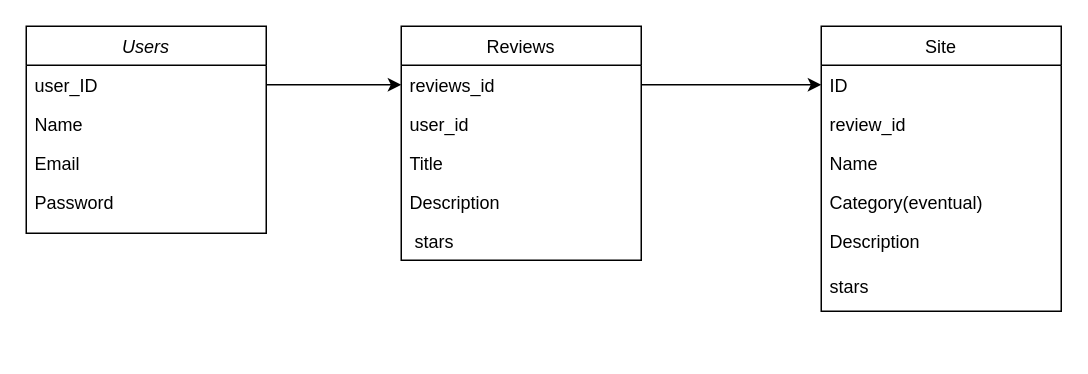
Before: ClassDiagram.drawio in ParvanAndrei/ReviewChan, a draw.io diagram. Source tidied: cells renumbered, new cells numbered last; positions are measured from the earlier drawing's top-left corner, leaving out a move shared by most shapes. Both pictures are drawn from the tidied source at 150%, with x=0, y=0 at pixel (26, 26).
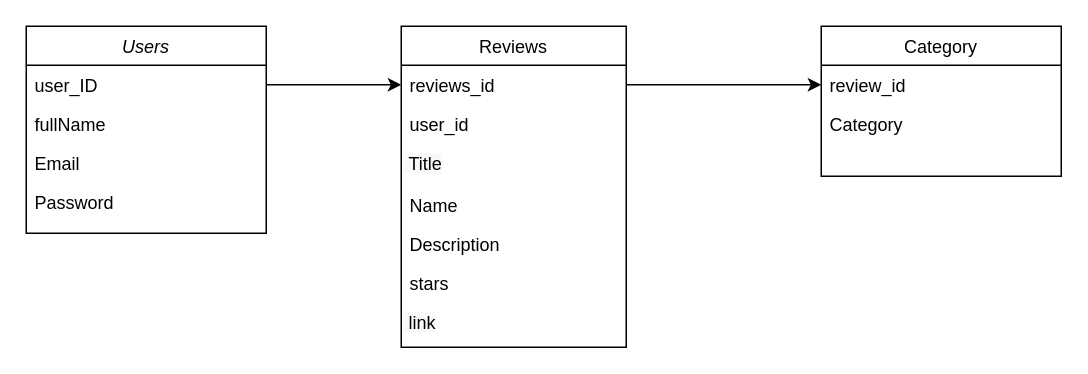
Above is the later version.

Unchanged cells that the change refers to:
```xml
<mxCell id="2" value="Users" style="swimlane;fontStyle=2;align=center;verticalAlign=top;horizontal=1;startSize=26;rounded=0;shadow=0;strokeWidth=1;" parent="1" vertex="1">
  <mxGeometry width="160" height="138" as="geometry" />
</mxCell>
```

Change to the diagram source:
```diff
@@
-    <mxCell id="4" value="Name" style="text;align=left;verticalAlign=top;spacingLeft=4;spacingRight=4;overflow=hidden;" parent="2" vertex="1">
+    <mxCell id="4" value="fullName" style="text;align=left;verticalAlign=top;spacingLeft=4;spacingRight=4;overflow=hidden;" parent="2" vertex="1">
       <mxGeometry y="52" width="160" height="26" as="geometry" />
     </mxCell>
@@
     <mxCell id="7" value="Reviews" style="swimlane;fontStyle=0;align=center;verticalAlign=top;horizontal=1;startSize=26;rounded=0;shadow=0;strokeWidth=1;" parent="1" vertex="1">
-      <mxGeometry x="250" width="160" height="156" as="geometry" />
+      <mxGeometry x="250" width="150" height="214" as="geometry" />
     </mxCell>
     <mxCell id="8" value="reviews_id" style="text;align=left;verticalAlign=top;spacingLeft=4;spacingRight=4;overflow=hidden;points=[[0,0.5],[1,0.5]];portConstraint=eastwest;" parent="7" vertex="1">
-      <mxGeometry y="26" width="160" height="26" as="geometry" />
+      <mxGeometry y="26" width="150" height="26" as="geometry" />
     </mxCell>
     <mxCell id="9" value="user_id" style="text;align=left;verticalAlign=top;spacingLeft=4;spacingRight=4;overflow=hidden;" parent="7" vertex="1">
-      <mxGeometry y="52" width="160" height="26" as="geometry" />
+      <mxGeometry y="52" width="150" height="26" as="geometry" />
     </mxCell>
+    <mxCell id="22" value="&lt;span style=&quot;color: rgb(0 , 0 , 0) ; font-family: &amp;#34;helvetica&amp;#34; ; font-size: 12px ; font-style: normal ; font-weight: 400 ; letter-spacing: normal ; text-align: left ; text-indent: 0px ; text-transform: none ; word-spacing: 0px ; background-color: rgb(248 , 249 , 250) ; display: inline ; float: none&quot;&gt;&amp;nbsp;Title&lt;/span&gt;" style="text;whiteSpace=wrap;html=1;" parent="7" vertex="1">
+      <mxGeometry y="78" width="150" height="28" as="geometry" />
+    </mxCell>
-    <mxCell id="10" value="Title" style="text;align=left;verticalAlign=top;spacingLeft=4;spacingRight=4;overflow=hidden;rounded=0;shadow=0;html=0;" parent="7" vertex="1">
-      <mxGeometry y="78" width="160" height="26" as="geometry" />
+    <mxCell id="10" value="Name" style="text;align=left;verticalAlign=top;spacingLeft=4;spacingRight=4;overflow=hidden;rounded=0;shadow=0;html=0;" parent="7" vertex="1">
+      <mxGeometry y="106" width="150" height="26" as="geometry" />
     </mxCell>
     <mxCell id="11" value="Description&#10;" style="text;align=left;verticalAlign=top;spacingLeft=4;spacingRight=4;overflow=hidden;fontStyle=0;" parent="7" vertex="1">
-      <mxGeometry y="104" width="160" height="26" as="geometry" />
+      <mxGeometry y="132" width="150" height="26" as="geometry" />
     </mxCell>
-    <mxCell id="12" value=" stars" style="text;align=left;verticalAlign=top;spacingLeft=4;spacingRight=4;overflow=hidden;" parent="7" vertex="1">
-      <mxGeometry y="130" width="160" height="26" as="geometry" />
+    <mxCell id="12" value="stars" style="text;align=left;verticalAlign=top;spacingLeft=4;spacingRight=4;overflow=hidden;" parent="7" vertex="1">
+      <mxGeometry y="158" width="150" height="26" as="geometry" />
     </mxCell>
+    <mxCell id="23" value="&lt;span style=&quot;color: rgb(0 , 0 , 0) ; font-family: &amp;#34;helvetica&amp;#34; ; font-size: 12px ; font-style: normal ; font-weight: 400 ; letter-spacing: normal ; text-align: left ; text-indent: 0px ; text-transform: none ; word-spacing: 0px ; background-color: rgb(248 , 249 , 250) ; display: inline ; float: none&quot;&gt;&amp;nbsp;link&lt;/span&gt;" style="text;whiteSpace=wrap;html=1;" parent="7" vertex="1">
+      <mxGeometry y="184" width="150" height="30" as="geometry" />
+    </mxCell>
-    <mxCell id="13" value="Site" style="swimlane;fontStyle=0;align=center;verticalAlign=top;horizontal=1;startSize=26;rounded=0;shadow=0;strokeWidth=1;" parent="1" vertex="1">
-      <mxGeometry x="530" width="160" height="190" as="geometry" />
+    <mxCell id="13" value="Category" style="swimlane;fontStyle=0;align=center;verticalAlign=top;horizontal=1;startSize=26;rounded=0;shadow=0;strokeWidth=1;" parent="1" vertex="1">
+      <mxGeometry x="530" width="160" height="100" as="geometry" />
     </mxCell>
-    <mxCell id="14" value="ID" style="text;align=left;verticalAlign=top;spacingLeft=4;spacingRight=4;overflow=hidden;points=[[0,0.5],[1,0.5]];portConstraint=eastwest;" parent="13" vertex="1">
-      <mxGeometry y="26" width="160" height="26" as="geometry" />
-    </mxCell>
     <mxCell id="15" value="review_id" style="text;align=left;verticalAlign=top;spacingLeft=4;spacingRight=4;overflow=hidden;rounded=0;shadow=0;html=0;" parent="13" vertex="1">
-      <mxGeometry y="52" width="160" height="26" as="geometry" />
+      <mxGeometry y="26" width="160" height="26" as="geometry" />
     </mxCell>
-    <mxCell id="16" value="Name" style="text;align=left;verticalAlign=top;spacingLeft=4;spacingRight=4;overflow=hidden;rounded=0;shadow=0;html=0;" parent="13" vertex="1">
-      <mxGeometry y="78" width="160" height="26" as="geometry" />
-    </mxCell>
-    <mxCell id="17" value="Category(eventual)" style="text;align=left;verticalAlign=top;spacingLeft=4;spacingRight=4;overflow=hidden;rounded=0;shadow=0;html=0;" parent="13" vertex="1">
-      <mxGeometry y="104" width="160" height="26" as="geometry" />
+    <mxCell id="17" value="Category" style="text;align=left;verticalAlign=top;spacingLeft=4;spacingRight=4;overflow=hidden;rounded=0;shadow=0;html=0;" parent="13" vertex="1">
+      <mxGeometry y="52" width="160" height="26" as="geometry" />
     </mxCell>
-    <mxCell id="18" value="Description" style="text;align=left;verticalAlign=top;spacingLeft=4;spacingRight=4;overflow=hidden;rounded=0;shadow=0;html=0;" parent="13" vertex="1">
-      <mxGeometry y="130" width="160" height="30" as="geometry" />
-    </mxCell>
-    <mxCell id="19" value="stars" style="text;align=left;verticalAlign=top;spacingLeft=4;spacingRight=4;overflow=hidden;rounded=0;shadow=0;html=0;" parent="13" vertex="1">
-      <mxGeometry y="160" width="160" height="26" as="geometry" />
-    </mxCell>
@@
-    <mxCell id="21" style="edgeStyle=orthogonalEdgeStyle;rounded=0;jettySize=auto;html=1;entryX=0;entryY=0.5;entryDx=0;entryDy=0;" parent="1" edge="1" source="8" target="14">
-      <mxGeometry relative="1" as="geometry" />
+    <mxCell id="21" style="edgeStyle=orthogonalEdgeStyle;rounded=0;jettySize=auto;html=1;entryX=0;entryY=0.5;entryDx=0;entryDy=0;" parent="1" edge="1" source="8">
+      <mxGeometry relative="1" as="geometry">
+        <mxPoint x="530" y="39" as="targetPoint" />
+      </mxGeometry>
     </mxCell>
```
